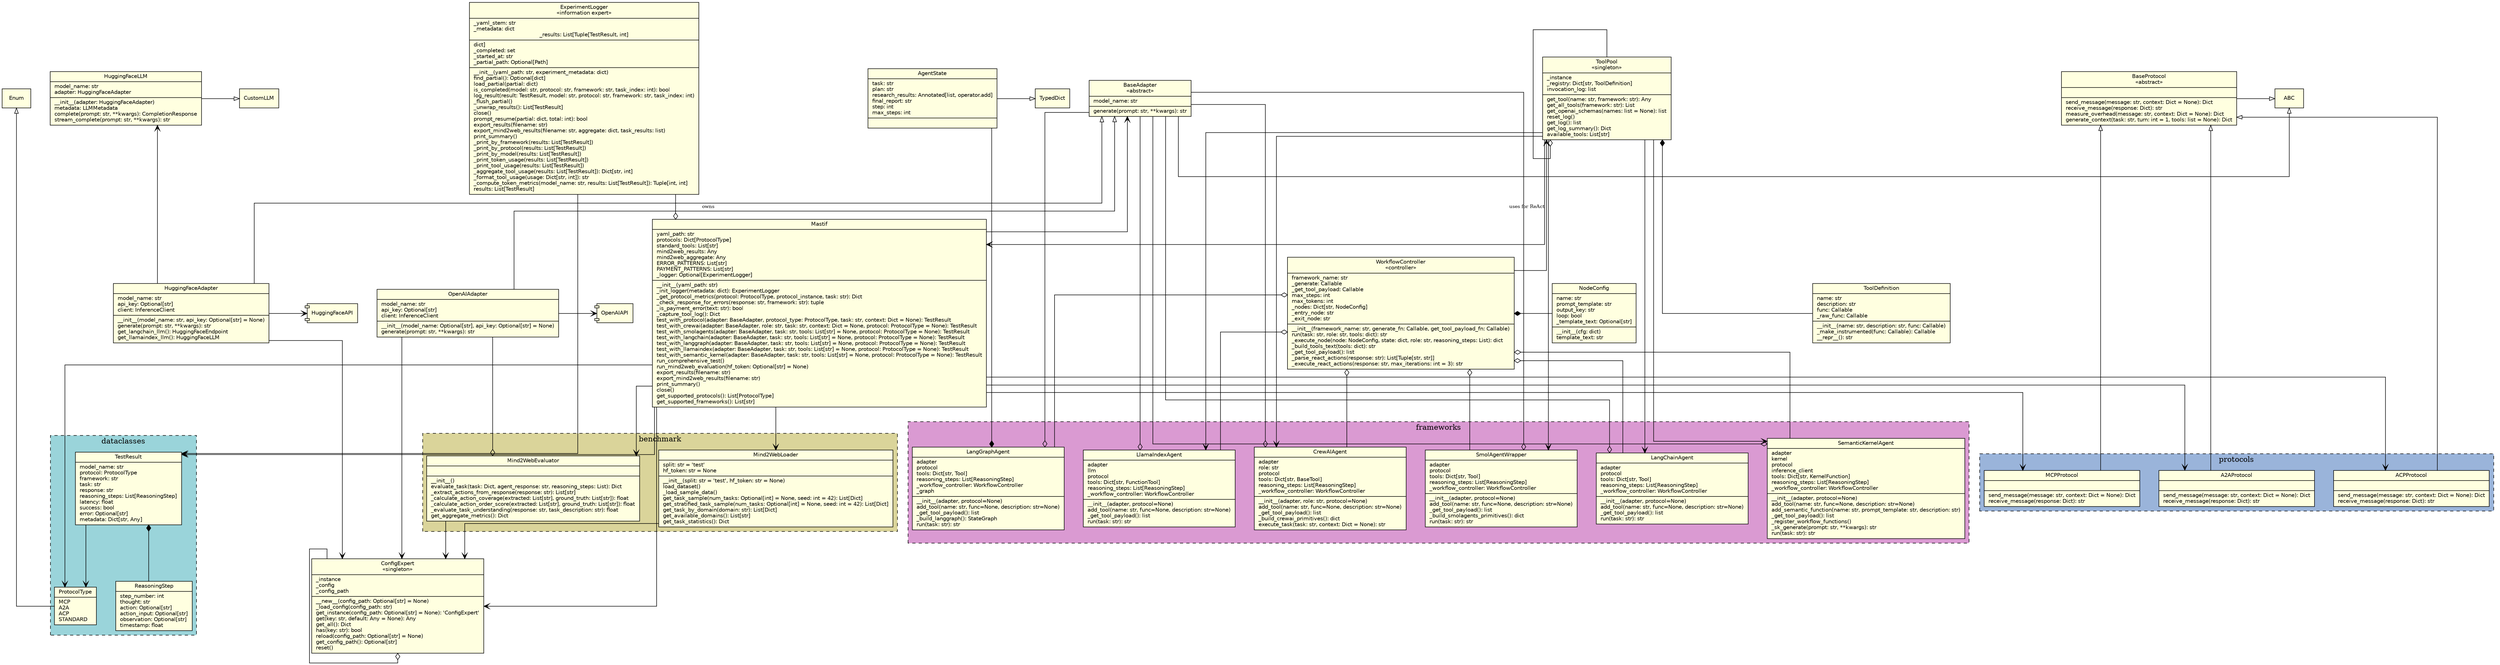
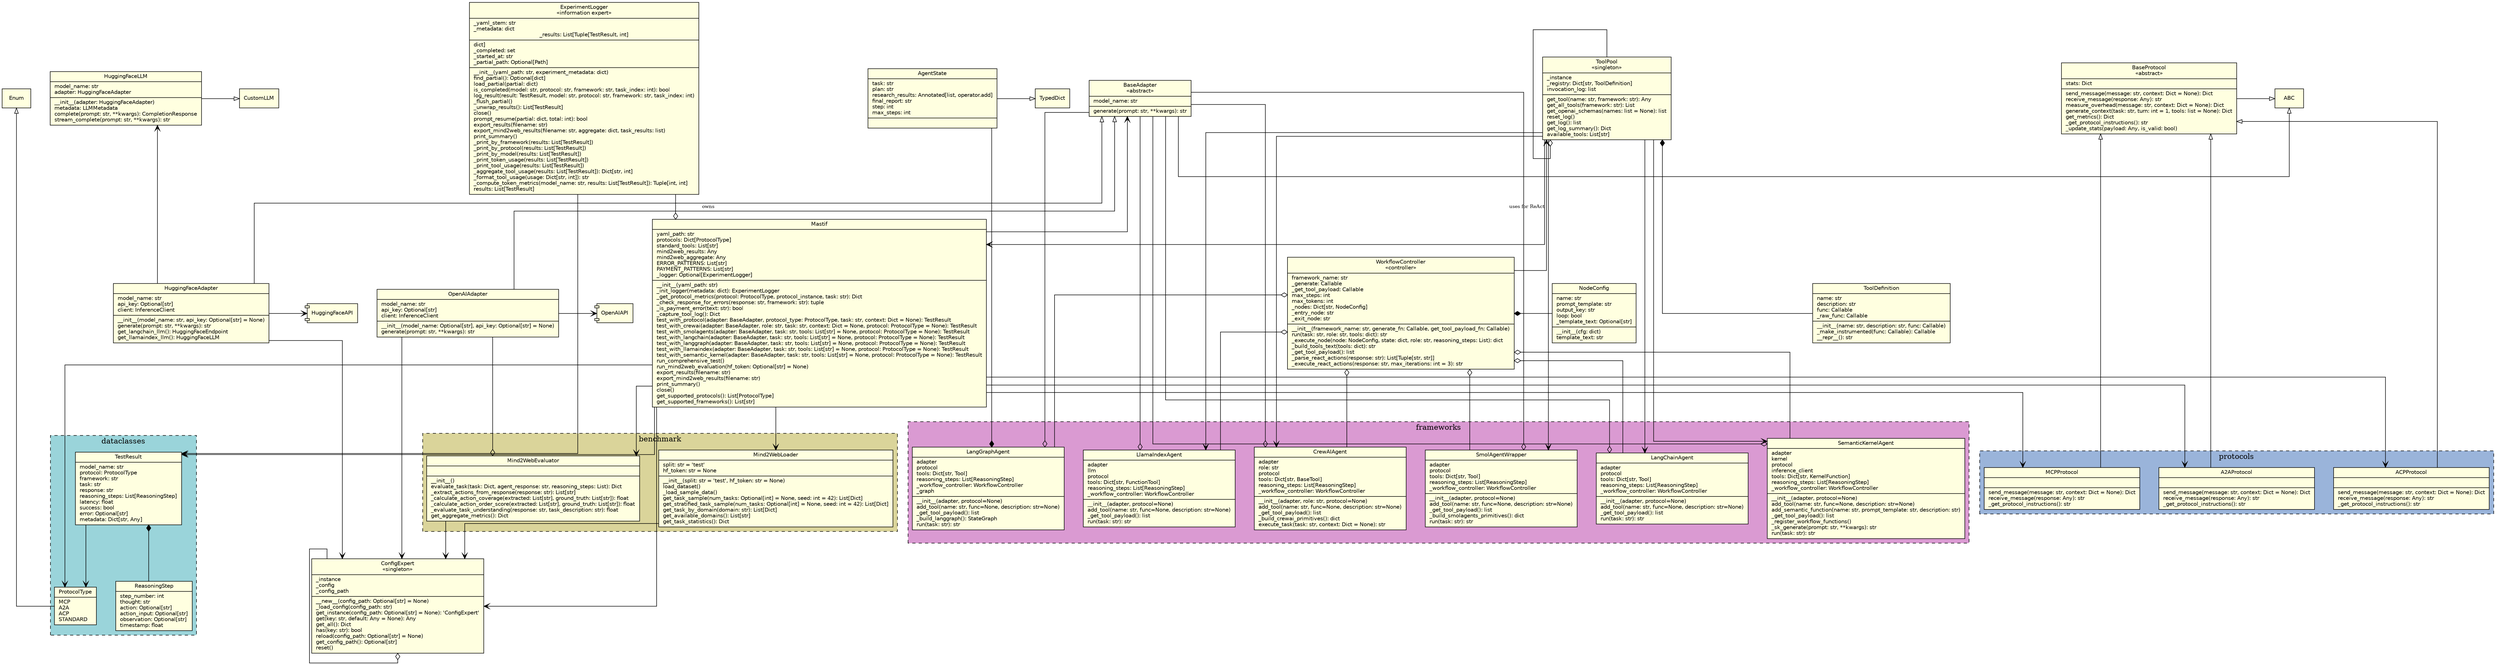
digraph UML {
graph [splines=ortho, nodesep=0.5];
rankdir=TB;
node [shape=record, fontname="Helvetica", fontsize=10, style="filled", fillcolor=lightyellow];
edge [concentrate=true]

// Ascending/base components at the top
{
rank=min;
Enum;
ABC;
TypedDict;
CustomLLM;
BaseProtocol;
HuggingFaceLLM;
AgentState;
BaseAdapter;
ToolPool;
ExperimentLogger;
}

{
rank=same;
Mastif;
HuggingFaceAdapter;
OpenAIAdapter;
OpenAIAPI [shape=component]
HuggingFaceAPI [shape=component]
}

// Add workflow components
{
rank=same;
WorkflowController;
NodeConfig;
}

WorkflowController [label="{
WorkflowController\n
«controller»|
framework_name: str\l
_generate: Callable\l
_get_tool_payload: Callable\l
max_steps: int\l
max_tokens: int\l
_nodes: Dict[str, NodeConfig]\l
_entry_node: str\l
_exit_node: str\l
|
__init__(framework_name: str, generate_fn: Callable, get_tool_payload_fn: Callable)\l
run(task: str, role: str, tools: dict): str\l
_execute_node(node: NodeConfig, state: dict, role: str, reasoning_steps: List): dict\l
_build_tools_text(tools: dict): str\l
_get_tool_payload(): list\l
_parse_react_actions(response: str): List[Tuple[str, str]]\l
_execute_react_actions(response: str, max_iterations: int = 3): str\l
}"];

NodeConfig [label="{
NodeConfig|
name: str\l
prompt_template: str\l
output_key: str\l
loop: bool\l
_template_text: Optional[str]\l
|
__init__(cfg: dict)\l
template_text: str\l
}"];

WorkflowController -> NodeConfig [arrowhead=none, arrowtail=diamond, dir=back, fontsize=9];
WorkflowController -> ToolPool [arrowhead=open, fontsize=9, label="uses for ReAct"];

// Frameworks use WorkflowController
WorkflowController -> CrewAIAgent [arrowhead=none, arrowtail=odiamond, dir=back, fontsize=9];
WorkflowController -> SmolAgentWrapper [arrowhead=none, arrowtail=odiamond, dir=back, fontsize=9];
WorkflowController -> LangChainAgent [arrowhead=none, arrowtail=odiamond, dir=back, fontsize=9];
WorkflowController -> LangGraphAgent [arrowhead=none, arrowtail=odiamond, dir=back, fontsize=9];
WorkflowController -> LlamaIndexAgent [arrowhead=none, arrowtail=odiamond, dir=back, fontsize=9];
WorkflowController -> SemanticKernelAgent [arrowhead=none, arrowtail=odiamond, dir=back, fontsize=9];

Mind2WebEvaluator -> OpenAIAdapter [arrowhead=none, arrowtail=odiamond, dir=back, fontsize=9];
Mind2WebEvaluator -> ConfigExpert [arrowhead=open, fontsize=9];
OpenAIAdapter -> OpenAIAPI  [arrowhead=open, fontsize=9];
HuggingFaceAdapter -> HuggingFaceAPI [arrowhead=open, fontsize=9];

Mind2WebLoader -> ConfigExpert [arrowhead=open, fontsize=9];

HuggingFaceAdapter -> ConfigExpert [arrowhead=open, fontsize=9];
OpenAIAdapter -> ConfigExpert [arrowhead=open, fontsize=9];

// ProtocolType is an Enum
subgraph cluster_dataclasses {
label="dataclasses";
bgcolor="#9ad4daff"
style=dashed;
color=black;
ProtocolType [label="{ProtocolType|
MCP\l
A2A\l
ACP\l
STANDARD\l}"];
ProtocolType -> Enum [arrowhead=empty, fontsize=9];

// ReasoningStep and TestResult
ReasoningStep [label="{
ReasoningStep|
step_number: int\l
thought: str\l
action: Optional[str]\l
action_input: Optional[str]\l
observation: Optional[str]\l
timestamp: float\l
}"];

TestResult [label="{
TestResult|
model_name: str\l
protocol: ProtocolType\l
framework: str\l
task: str\l
response: str\l
reasoning_steps: List[ReasoningStep]\l
latency: float\l
success: bool\l
error: Optional[str]\l
metadata: Dict[str, Any]\l
}"];
}

TestResult -> ProtocolType [arrowhead=open, fontsize=9];

TestResult -> ReasoningStep [arrowhead=none, arrowtail=diamond, dir=back, fontsize=9];

// BaseProtocol and its implementations
subgraph cluster_protocols {
label="protocols";
bgcolor="#9ab4daff"
style=dashed;
color=black;

BaseProtocol [label="{
BaseProtocol\n
«abstract»|
+ stats: Dict\l
|
send_message(message: str, context: Dict = None): Dict\l
- receive_message(response: Dict): str\l
+ receive_message(response: Any): str\l
measure_overhead(message: str, context: Dict = None): Dict\l
generate_context(task: str, turn: int = 1, tools: list = None): Dict\l
+ get_metrics(): Dict\l
+ _get_protocol_instructions(): str\l
+ _update_stats(payload: Any, is_valid: bool)\l
}"];

BaseProtocol -> ABC [arrowhead=empty, fontsize=9];

- MCPProtocol [label="{MCPProtocol||send_message(message: str, context: Dict = None): Dict\lreceive_message(response: Dict): str\l}"];
- 
- A2AProtocol [label="{A2AProtocol||send_message(message: str, context: Dict = None): Dict\lreceive_message(response: Dict): str\l}"];
- 
- ACPProtocol [label="{ACPProtocol||send_message(message: str, context: Dict = None): Dict\lreceive_message(response: Dict): str\l}"];
+ MCPProtocol [label="{MCPProtocol||send_message(message: str, context: Dict = None): Dict\lreceive_message(response: Any): str\l_get_protocol_instructions(): str\l}"];
+ A2AProtocol [label="{A2AProtocol||send_message(message: str, context: Dict = None): Dict\lreceive_message(response: Any): str\l_get_protocol_instructions(): str\l}"];
+ ACPProtocol [label="{ACPProtocol||send_message(message: str, context: Dict = None): Dict\lreceive_message(response: Any): str\l_get_protocol_instructions(): str\l}"];

MCPProtocol -> BaseProtocol [arrowhead=empty, fontsize=9];

A2AProtocol -> BaseProtocol [arrowhead=empty, fontsize=9];

ACPProtocol -> BaseProtocol [arrowhead=empty, fontsize=9];
}

// HuggingFaceLLM and its adapter
BaseAdapter [label="{
BaseAdapter\n
«abstract»|
model_name: str\l
|
generate(prompt: str, **kwargs): str\l
}"];
BaseAdapter -> ABC [arrowhead=empty, fontsize=9];

HuggingFaceAdapter -> BaseAdapter [arrowhead=empty, fontsize=9];
OpenAIAdapter -> BaseAdapter [arrowhead=empty, fontsize=9];

HuggingFaceAdapter [label="{
HuggingFaceAdapter|
model_name: str\l
api_key: Optional[str]\l
client: InferenceClient\l
|
__init__(model_name: str, api_key: Optional[str] = None)\l
generate(prompt: str, **kwargs): str\l
get_langchain_llm(): HuggingFaceEndpoint\l
get_llamaindex_llm(): HuggingFaceLLM\l
}"];

HuggingFaceLLM [label="{
HuggingFaceLLM|
model_name: str\l
adapter: HuggingFaceAdapter\l
|
__init__(adapter: HuggingFaceAdapter)\l
metadata: LLMMetadata\l
complete(prompt: str, **kwargs): CompletionResponse\l
stream_complete(prompt: str, **kwargs): str\l
}"];

HuggingFaceLLM -> CustomLLM [arrowhead=empty, fontsize=9];

HuggingFaceAdapter -> HuggingFaceLLM [arrowhead=open, fontsize=9];

// OpenAIAdapter adapter
OpenAIAdapter [label="{
OpenAIAdapter|
model_name: str\l
api_key: Optional[str]\l
client: InferenceClient\l
|
__init__(model_name: Optional[str], api_key: Optional[str] = None)\l
generate(prompt: str, **kwargs): str\l
}"];

// AgentState
AgentState [label="{AgentState|task: str\lplan: str\lresearch_results: Annotated[list, operator.add]\lfinal_report: str\lstep: int\lmax_steps: int\l|}"];

AgentState -> TypedDict [arrowhead=empty, fontsize=9];

// Frameworks cluster
subgraph cluster_frameworks {
label="frameworks";
bgcolor="#da9ad2ff"
style=dashed;
color=black;

CrewAIAgent [label="{CrewAIAgent|
adapter\l
role: str\l
protocol\l
tools: Dict[str, BaseTool]\l
reasoning_steps: List[ReasoningStep]\l
_workflow_controller: WorkflowController\l
|
__init__(adapter, role: str, protocol=None)\l
add_tool(name: str, func=None, description: str=None)\l
_get_tool_payload(): list\l
_build_crewai_primitives(): dict\l
execute_task(task: str, context: Dict = None): str\l
}"];

SmolAgentWrapper [label="{SmolAgentWrapper|
adapter\l
protocol\l
tools: Dict[str, Tool]\l
reasoning_steps: List[ReasoningStep]\l
_workflow_controller: WorkflowController\l
|
__init__(adapter, protocol=None)\l
add_tool(name: str, func=None, description: str=None)\l
_get_tool_payload(): list\l
_build_smolagents_primitives(): dict\l
run(task: str): str\l
}"];

LangChainAgent [label="{LangChainAgent|
adapter\l
protocol\l
tools: Dict[str, Tool]\l
reasoning_steps: List[ReasoningStep]\l
_workflow_controller: WorkflowController\l
|
__init__(adapter, protocol=None)\l
add_tool(name: str, func=None, description: str=None)\l
_get_tool_payload(): list\l
run(task: str): str\l
}"];

LangGraphAgent [label="{LangGraphAgent|
adapter\l
protocol\l
tools: Dict[str, Tool]\l
reasoning_steps: List[ReasoningStep]\l
_workflow_controller: WorkflowController\l
_graph\l
|
__init__(adapter, protocol=None)\l
add_tool(name: str, func=None, description: str=None)\l
_get_tool_payload(): list\l
_build_langgraph(): StateGraph\l
run(task: str): str\l
}"];

LlamaIndexAgent [label="{LlamaIndexAgent|
adapter\l
llm\l
protocol\l
tools: Dict[str, FunctionTool]\l
reasoning_steps: List[ReasoningStep]\l
_workflow_controller: WorkflowController\l
|
__init__(adapter, protocol=None)\l
add_tool(name: str, func=None, description: str=None)\l
_get_tool_payload(): list\l
run(task: str): str\l
}"];

SemanticKernelAgent [label="{SemanticKernelAgent|
adapter\l
kernel\l
protocol\l
inference_client\l
tools: Dict[str, KernelFunction]\l
reasoning_steps: List[ReasoningStep]\l
_workflow_controller: WorkflowController\l
|
__init__(adapter, protocol=None)\l
add_tool(name: str, func=None, description: str=None)\l
add_semantic_function(name: str, prompt_template: str, description: str)\l
_get_tool_payload(): list\l
_register_workflow_functions()\l
_sk_generate(prompt: str, **kwargs): str\l
run(task: str): str\l
}"];
}

// Benchmark
subgraph cluster_benchmark {
label="benchmark";
bgcolor="#dad49aff"
style=dashed;
color=black;

Mind2WebLoader [label="{
Mind2WebLoader|
split: str = 'test'\l
hf_token: str = None\l
|
__init__(split: str = 'test', hf_token: str = None)\l
load_dataset()\l
_load_sample_data()\l
get_task_sample(num_tasks: Optional[int] = None, seed: int = 42): List[Dict]\l
get_stratified_task_sample(num_tasks: Optional[int] = None, seed: int = 42): List[Dict]\l
get_task_by_domain(domain: str): List[Dict]\l
get_available_domains(): List[str]\l
get_task_statistics(): Dict\l
}"];

Mind2WebEvaluator [label="{
Mind2WebEvaluator|

|
__init__()\l
evaluate_task(task: Dict, agent_response: str, reasoning_steps: List): Dict\l
_extract_actions_from_response(response: str): List[str]\l
_calculate_action_coverage(extracted: List[str], ground_truth: List[str]): float\l
_calculate_action_order_score(extracted: List[str], ground_truth: List[str]): float\l
_evaluate_task_understanding(response: str, task_description: str): float\l
get_aggregate_metrics(): Dict\l
}"];
}

// Tester
Mastif [label="{Mastif|
yaml_path: str\l
protocols: Dict[ProtocolType]\l
standard_tools: List[str]\l
mind2web_results: Any\l
mind2web_aggregate: Any\l
ERROR_PATTERNS: List[str]\l
PAYMENT_PATTERNS: List[str]\l
_logger: Optional[ExperimentLogger]\l
|
__init__(yaml_path: str)\l
_init_logger(metadata: dict): ExperimentLogger\l
_get_protocol_metrics(protocol: ProtocolType, protocol_instance, task: str): Dict\l
_check_response_for_errors(response: str, framework: str): tuple\l
_is_payment_error(text: str): bool\l
_capture_tool_log(): Dict\l
test_with_protocol(adapter: BaseAdapter, protocol_type: ProtocolType, task: str, context: Dict = None): TestResult\l
test_with_crewai(adapter: BaseAdapter, role: str, task: str, context: Dict = None, protocol: ProtocolType = None): TestResult\l
test_with_smolagents(adapter: BaseAdapter, task: str, tools: List[str] = None, protocol: ProtocolType = None): TestResult\l
test_with_langchain(adapter: BaseAdapter, task: str, tools: List[str] = None, protocol: ProtocolType = None): TestResult\l
test_with_langgraph(adapter: BaseAdapter, task: str, tools: List[str] = None, protocol: ProtocolType = None): TestResult\l
test_with_llamaindex(adapter: BaseAdapter, task: str, tools: List[str] = None, protocol: ProtocolType = None): TestResult\l
test_with_semantic_kernel(adapter: BaseAdapter, task: str, tools: List[str] = None, protocol: ProtocolType = None): TestResult\l
run_comprehensive_test()\l
run_mind2web_evaluation(hf_token: Optional[str] = None)\l
export_results(filename: str)\l
export_mind2web_results(filename: str)\l
print_summary()\l
close()\l
get_supported_protocols(): List[ProtocolType]\l
get_supported_frameworks(): List[str]\l
}"];

// Relationships for Mastif
Mastif -> TestResult [arrowhead=open, fontsize=9];
Mastif -> ProtocolType [arrowhead=open, fontsize=9];
Mastif -> MCPProtocol [arrowhead=open, fontsize=9];
Mastif -> A2AProtocol [arrowhead=open, fontsize=9];
Mastif -> ACPProtocol [arrowhead=open, fontsize=9];
Mastif -> BaseAdapter [arrowhead=open, fontsize=9];
Mastif -> ConfigExpert [arrowhead=open, fontsize=9];

// Frameworks are used via BaseAdapter, not directly:
BaseAdapter -> CrewAIAgent [arrowhead=odiamond, fontsize=9];
BaseAdapter -> SmolAgentWrapper [arrowhead=odiamond, fontsize=9];
BaseAdapter -> LangChainAgent [arrowhead=odiamond, fontsize=9];
BaseAdapter -> LangGraphAgent [arrowhead=odiamond, fontsize=9];
BaseAdapter -> LlamaIndexAgent [arrowhead=odiamond, fontsize=9];
BaseAdapter -> SemanticKernelAgent [arrowhead=odiamond, fontsize=9];

// Mind2Web
Mastif -> Mind2WebLoader [arrowhead=open, fontsize=9];
Mastif -> Mind2WebEvaluator [arrowhead=open, fontsize=9];

// Composition: LangGraphAgent contains AgentState
LangGraphAgent -> AgentState [arrowhead=none, arrowtail=diamond, dir=back, fontsize=9, minlen=1] ;

ConfigExpert [label="{
ConfigExpert\n
«singleton»|
_instance\l
_config\l
_config_path\l
|
__new__(config_path: Optional[str] = None)\l
_load_config(config_path: str)\l
get_instance(config_path: Optional[str] = None): 'ConfigExpert'\l
get(key: str, default: Any = None): Any\l
get_all(): Dict\l
has(key: str): bool\l
reload(config_path: Optional[str] = None)\l
get_config_path(): Optional[str]\l
reset()\l
}"];

ConfigExpert -> ConfigExpert [arrowhead=odiamond, fontsize=9];

// ToolDefinition and ToolPool
ToolDefinition [label="{
ToolDefinition|
name: str\l
description: str\l
func: Callable\l
_raw_func: Callable\l
|
__init__(name: str, description: str, func: Callable)\l
_make_instrumented(func: Callable): Callable\l
__repr__(): str\l
}"];

ToolPool [label="{
ToolPool\n
«singleton»|
_instance\l
_registry: Dict[str, ToolDefinition]\l
invocation_log: list\l
|
get_tool(name: str, framework: str): Any\l
get_all_tools(framework: str): List\l
get_openai_schemas(names: list = None): list\l
reset_log()\l
get_log(): list\l
get_log_summary(): Dict\l
available_tools: List[str]\l
}"];

ToolPool -> ToolDefinition [arrowhead=none, arrowtail=diamond, dir=back, fontsize=9];
ToolPool -> ToolPool [arrowhead=odiamond, fontsize=9];

ToolPool -> CrewAIAgent [arrowhead=open, fontsize=9];
ToolPool -> SmolAgentWrapper [arrowhead=open, fontsize=9];
ToolPool -> LangChainAgent [arrowhead=open, fontsize=9];
ToolPool -> LlamaIndexAgent [arrowhead=open, fontsize=9];
ToolPool -> SemanticKernelAgent [arrowhead=open, fontsize=9];
ToolPool -> Mastif [arrowhead=open, fontsize=9];

// ExperimentLogger
ExperimentLogger [label="{
ExperimentLogger\n
«information expert»|
_yaml_stem: str\l
_metadata: dict\l
_results: List[Tuple[TestResult, int] | dict]\l
_completed: set\l
_started_at: str\l
_partial_path: Optional[Path]\l
|
__init__(yaml_path: str, experiment_metadata: dict)\l
find_partial(): Optional[dict]\l
load_partial(partial: dict)\l
is_completed(model: str, protocol: str, framework: str, task_index: int): bool\l
log_result(result: TestResult, model: str, protocol: str, framework: str, task_index: int)\l
_flush_partial()\l
_unwrap_results(): List[TestResult]\l
close()\l
prompt_resume(partial: dict, total: int): bool\l
export_results(filename: str)\l
export_mind2web_results(filename: str, aggregate: dict, task_results: list)\l
print_summary()\l
_print_by_framework(results: List[TestResult])\l
_print_by_protocol(results: List[TestResult])\l
_print_by_model(results: List[TestResult])\l
_print_token_usage(results: List[TestResult])\l
_print_tool_usage(results: List[TestResult])\l
_aggregate_tool_usage(results: List[TestResult]): Dict[str, int]\l
_format_tool_usage(usage: Dict[str, int]): str\l
_compute_token_metrics(model_name: str, results: List[TestResult]): Tuple[int, int]\l
results: List[TestResult]\l
}"];

Mastif -> ExperimentLogger [arrowhead=none, arrowtail=odiamond, dir=back, fontsize=9, label="owns"];
ExperimentLogger -> TestResult [arrowhead=open, fontsize=9];

}
